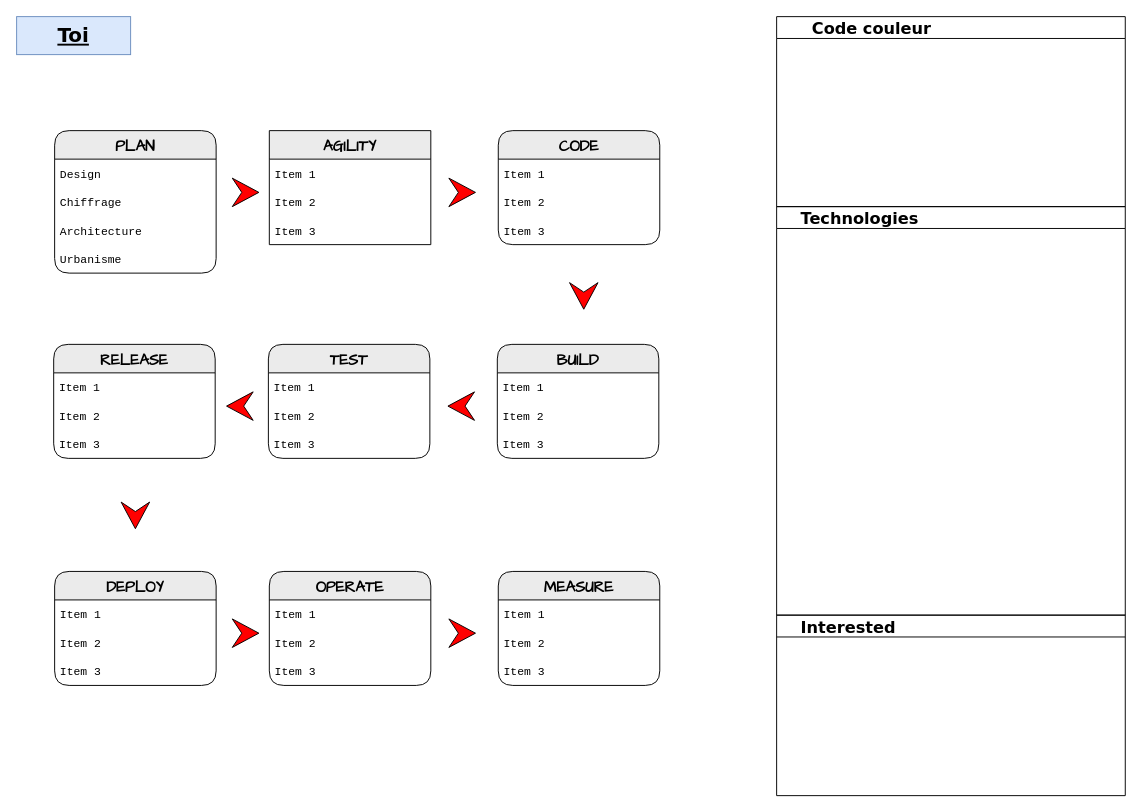
This is skills.drawio from teolia/TeoSchool_skills, a draw.io file, before an edit. Source tidied: cells renumbered, new cells numbered last; positions are measured from the earlier drawing's top-left corner, leaving out a move shared by most shapes. Both pictures are drawn from the tidied source at 95%, with x=0, y=0 at pixel (16, 16).
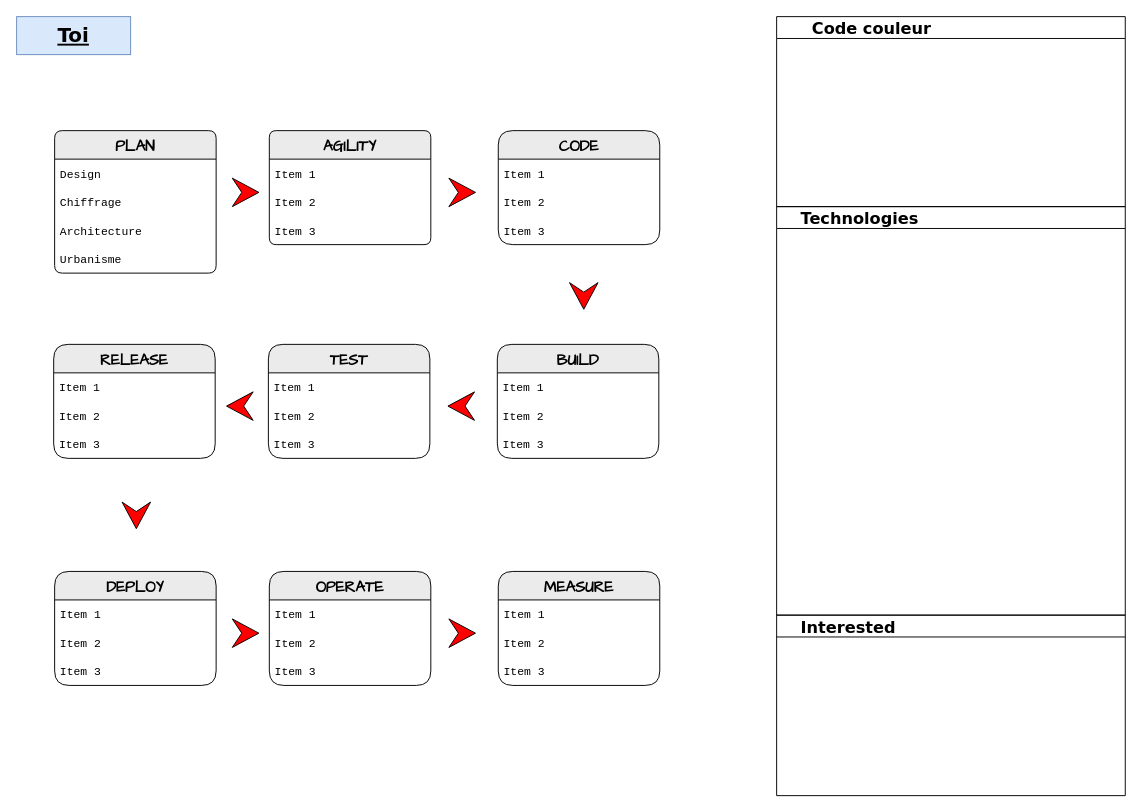
After the change.

The edit, as a diff of the source:
```diff
@@
-    <mxCell id="3" value="PLAN" style="swimlane;fontStyle=1;horizontal=1;startSize=30;fontFamily=Comic Sans MS;rounded=1;arcSize=17;labelBackgroundColor=none;fillColor=#EBEBEB;fontSize=16;" parent="1" vertex="1">
+    <mxCell id="3" value="PLAN" style="swimlane;fontStyle=1;horizontal=1;startSize=30;fontFamily=Comic Sans MS;rounded=1;arcSize=9;labelBackgroundColor=none;fillColor=#EBEBEB;fontSize=16;" parent="1" vertex="1">
       <mxGeometry x="40" y="120" width="170" height="150" as="geometry" />
     </mxCell>
@@
-    <mxCell id="8" value="AGILITY" style="swimlane;fontStyle=1;horizontal=1;startSize=30;fontFamily=Comic Sans MS;rounded=1;arcSize=0;labelBackgroundColor=none;fillColor=#EBEBEB;fontSize=16;" parent="1" vertex="1">
+    <mxCell id="8" value="AGILITY" style="swimlane;fontStyle=1;horizontal=1;startSize=30;fontFamily=Comic Sans MS;rounded=1;arcSize=8;labelBackgroundColor=none;fillColor=#EBEBEB;fontSize=16;" parent="1" vertex="1">
       <mxGeometry x="266" y="120" width="170" height="120" as="geometry" />
     </mxCell>
@@
     <mxCell id="47" style="html=1;shadow=0;dashed=0;align=center;verticalAlign=middle;shape=mxgraph.arrows2.arrow;dy=0;dx=30;notch=10;rounded=1;labelBackgroundColor=#FF0000;sketch=0;fontFamily=Verdana;fontSize=21;fontColor=#FF0000;fillColor=#FF0000;direction=south;" parent="1" vertex="1">
-      <mxGeometry x="110" y="511" width="30" height="28" as="geometry" />
+      <mxGeometry x="111" y="511" width="30" height="28" as="geometry" />
     </mxCell>
```
